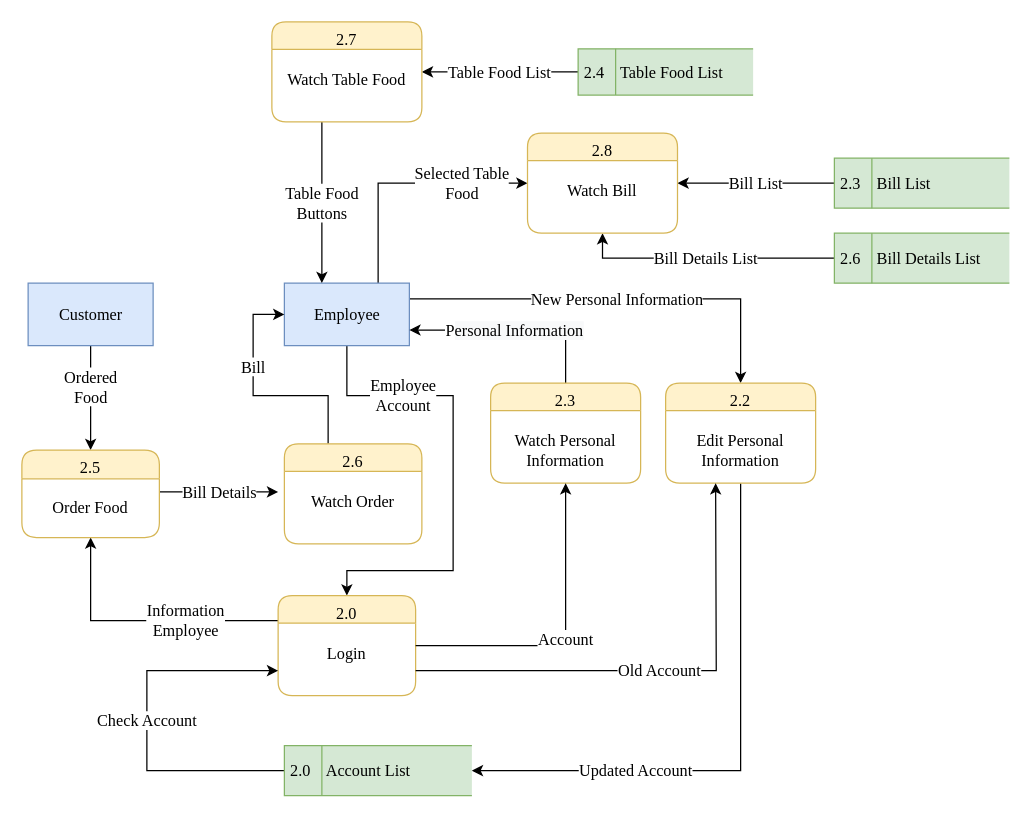
The draw.io diagram page "Level 2 - Employee" (7 of 9) of document/diagram/dfd.drawio in daomtthuan/do-an, before the edit. Source tidied: cells renumbered, new cells numbered last; positions are measured from the earlier drawing's top-left corner, leaving out a move shared by most shapes. Both pictures are drawn from the tidied source at 125%, with x=0, y=0 at pixel (21, 21).
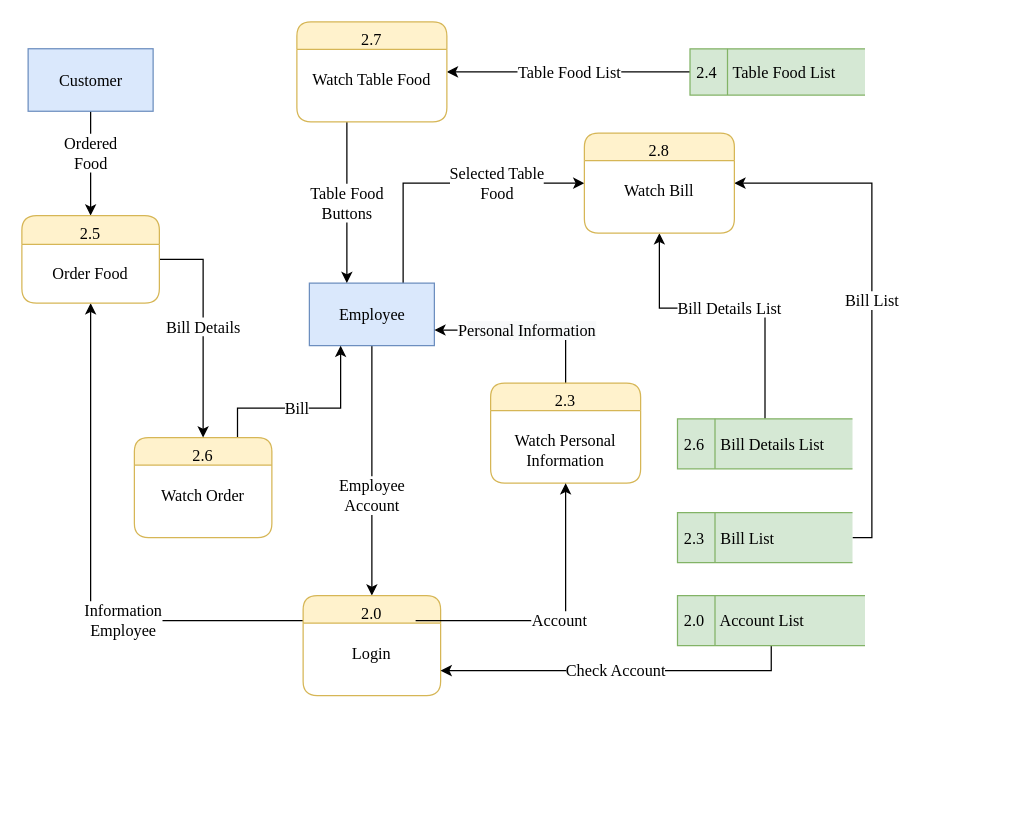
The same page after the edit.

The change refers to these unchanged cells:
```xml
<mxCell id="25" value="2.3&#10;&#10;Watch Personal&#10;Information" style="swimlane;fontStyle=0;horizontal=1;startSize=22;fillColor=#fff2cc;swimlaneFillColor=#ffffff;rounded=1;strokeWidth=1;verticalAlign=top;arcSize=17;labelPosition=center;verticalLabelPosition=middle;align=center;fontFamily=Times New Roman;strokeColor=#d6b656;fontSize=13;" parent="1" vertex="1">
  <mxGeometry x="375" y="289" width="120" height="80" as="geometry" />
</mxCell>
```

The edit, as a diff of the source:
```diff
@@
     <mxCell id="3" value="2.4&amp;nbsp; &amp;nbsp; Table Food List" style="html=1;dashed=0;whitespace=wrap;shape=mxgraph.dfd.dataStoreID;align=left;spacingLeft=3;points=[[0,0],[0.5,0],[1,0],[0,0.5],[1,0.5],[0,1],[0.5,1],[1,1]];fillColor=#d5e8d4;strokeColor=#82b366;fontFamily=Times New Roman;fontSize=13;" parent="1" vertex="1">
-      <mxGeometry x="445" y="21.5" width="140" height="37" as="geometry" />
+      <mxGeometry x="534.5" y="21.5" width="140" height="37" as="geometry" />
     </mxCell>
     <mxCell id="4" value="Employee&lt;br style=&quot;font-size: 13px;&quot;&gt;Account" style="edgeStyle=orthogonalEdgeStyle;rounded=0;jettySize=auto;html=1;entryX=0.5;entryY=0;entryDx=0;entryDy=0;exitX=0.5;exitY=1;exitDx=0;exitDy=0;fontFamily=Times New Roman;fontSize=13;" parent="1" edge="1" source="9" target="11">
-      <mxGeometry x="-0.54" relative="1" as="geometry">
+      <mxGeometry x="0.2" relative="1" as="geometry">
         <Array as="points">
-          <mxPoint x="260" y="299" />
-          <mxPoint x="345" y="299" />
-          <mxPoint x="345" y="439" />
-          <mxPoint x="260" y="439" />
+          <mxPoint x="280" y="339" />
+          <mxPoint x="280" y="339" />
         </Array>
       </mxGeometry>
     </mxCell>
     <mxCell id="5" value="Ordered&lt;br style=&quot;font-size: 13px;&quot;&gt;Food" style="edgeStyle=orthogonalEdgeStyle;rounded=0;jettySize=auto;html=1;exitX=0.5;exitY=1;exitDx=0;exitDy=0;entryX=0.5;entryY=0;entryDx=0;entryDy=0;fontFamily=Times New Roman;fontSize=13;" parent="1" edge="1" source="6" target="15">
       <mxGeometry x="-0.2" relative="1" as="geometry">
         <Array as="points">
-          <mxPoint x="55" y="279" />
-          <mxPoint x="55" y="279" />
+          <mxPoint x="55" y="91.5" />
+          <mxPoint x="55" y="91.5" />
         </Array>
       </mxGeometry>
     </mxCell>
     <mxCell id="6" value="&lt;span style=&quot;font-size: 13px;&quot;&gt;&lt;span style=&quot;font-size: 13px;&quot;&gt;Customer&lt;/span&gt;&lt;/span&gt;" style="html=1;dashed=0;whitespace=wrap;strokeWidth=1;fillColor=#dae8fc;strokeColor=#6c8ebf;fontFamily=Times New Roman;fontSize=13;" parent="1" vertex="1">
-      <mxGeometry x="5" y="209" width="100" height="50" as="geometry" />
+      <mxGeometry x="5" y="21.5" width="100" height="50" as="geometry" />
     </mxCell>
-    <mxCell id="7" value="&lt;span style=&quot;font-size: 13px;&quot;&gt;New Personal Information&lt;/span&gt;" style="edgeStyle=orthogonalEdgeStyle;rounded=0;jettySize=auto;html=1;exitX=1;exitY=0.25;exitDx=0;exitDy=0;fontFamily=Times New Roman;fontSize=13;" parent="1" edge="1" source="9" target="23">
-      <mxGeometry relative="1" as="geometry" />
-    </mxCell>
     <mxCell id="8" value="Selected Table&lt;br style=&quot;font-size: 13px;&quot;&gt;Food" style="edgeStyle=orthogonalEdgeStyle;rounded=0;jettySize=auto;html=1;exitX=0.75;exitY=0;exitDx=0;exitDy=0;entryX=0;entryY=0.5;entryDx=0;entryDy=0;fontFamily=Times New Roman;fontSize=13;" parent="1" edge="1" source="9" target="30">
-      <mxGeometry x="0.47" relative="1" as="geometry" />
+      <mxGeometry x="0.38" relative="1" as="geometry" />
     </mxCell>
     <mxCell id="9" value="&lt;span style=&quot;font-size: 13px;&quot;&gt;&lt;span style=&quot;font-size: 13px;&quot;&gt;Employee&lt;/span&gt;&lt;/span&gt;" style="html=1;dashed=0;whitespace=wrap;strokeWidth=1;fillColor=#dae8fc;strokeColor=#6c8ebf;fontFamily=Times New Roman;fontSize=13;" parent="1" vertex="1">
-      <mxGeometry x="210" y="209" width="100" height="50" as="geometry" />
+      <mxGeometry x="230" y="209" width="100" height="50" as="geometry" />
     </mxCell>
@@
     <mxCell id="11" value="2.0&#10;&#10;Login" style="swimlane;fontStyle=0;horizontal=1;startSize=22;fillColor=#fff2cc;swimlaneFillColor=#ffffff;rounded=1;strokeWidth=1;verticalAlign=top;arcSize=17;labelPosition=center;verticalLabelPosition=middle;align=center;fontFamily=Times New Roman;strokeColor=#d6b656;fontSize=13;" parent="1" vertex="1">
-      <mxGeometry x="205" y="459" width="110" height="80" as="geometry" />
+      <mxGeometry x="225" y="459" width="110" height="80" as="geometry" />
     </mxCell>
-    <mxCell id="12" value="Bill" style="edgeStyle=orthogonalEdgeStyle;rounded=0;jettySize=auto;html=1;entryX=0;entryY=0.5;entryDx=0;entryDy=0;fontFamily=Times New Roman;fontSize=13;" parent="1" edge="1" source="13" target="9">
-      <mxGeometry x="0.29" relative="1" as="geometry">
+    <mxCell id="12" value="Bill" style="edgeStyle=orthogonalEdgeStyle;rounded=0;jettySize=auto;html=1;entryX=0.25;entryY=1;entryDx=0;entryDy=0;fontFamily=Times New Roman;fontSize=13;exitX=0.75;exitY=0;exitDx=0;exitDy=0;" parent="1" edge="1" source="13" target="9">
+      <mxGeometry x="-0.09" relative="1" as="geometry">
         <Array as="points">
-          <mxPoint x="245" y="299" />
-          <mxPoint x="185" y="299" />
-          <mxPoint x="185" y="234" />
+          <mxPoint x="173" y="309" />
+          <mxPoint x="255" y="309" />
         </Array>
       </mxGeometry>
     </mxCell>
     <mxCell id="13" value="2.6&#10;&#10;Watch Order" style="swimlane;fontStyle=0;horizontal=1;startSize=22;fillColor=#fff2cc;swimlaneFillColor=#ffffff;rounded=1;strokeWidth=1;verticalAlign=top;arcSize=17;labelPosition=center;verticalLabelPosition=middle;align=center;fontFamily=Times New Roman;strokeColor=#d6b656;fontSize=13;" parent="1" vertex="1">
-      <mxGeometry x="210" y="337.5" width="110" height="80" as="geometry" />
+      <mxGeometry x="90" y="332.5" width="110" height="80" as="geometry" />
     </mxCell>
-    <mxCell id="14" value="Bill Details" style="edgeStyle=orthogonalEdgeStyle;rounded=0;orthogonalLoop=1;jettySize=auto;html=1;fontFamily=Times New Roman;fontSize=13;" parent="1" edge="1">
-      <mxGeometry relative="1" as="geometry">
-        <mxPoint x="110" y="376" as="sourcePoint" />
-        <mxPoint x="205" y="376" as="targetPoint" />
-      </mxGeometry>
+    <mxCell id="14" value="Bill Details" style="edgeStyle=orthogonalEdgeStyle;rounded=0;jettySize=auto;html=1;fontFamily=Times New Roman;fontSize=13;exitX=1;exitY=0.5;exitDx=0;exitDy=0;entryX=0.5;entryY=0;entryDx=0;entryDy=0;" parent="1" edge="1" source="15" target="13">
+      <mxGeometry relative="1" as="geometry" />
     </mxCell>
     <mxCell id="15" value="2.5&#10;&#10;Order Food" style="swimlane;fontStyle=0;horizontal=1;startSize=23;fillColor=#fff2cc;swimlaneFillColor=#ffffff;rounded=1;strokeWidth=1;verticalAlign=top;arcSize=17;labelPosition=center;verticalLabelPosition=middle;align=center;fontFamily=Times New Roman;strokeColor=#d6b656;fontSize=13;" parent="1" vertex="1">
-      <mxGeometry y="342.5" width="110" height="70" as="geometry" />
+      <mxGeometry y="155" width="110" height="70" as="geometry" />
     </mxCell>
-    <mxCell id="16" value="Check Account" style="edgeStyle=orthogonalEdgeStyle;rounded=0;jettySize=auto;html=1;entryX=0;entryY=0.75;entryDx=0;entryDy=0;fontFamily=Times New Roman;fontSize=13;" parent="1" edge="1" source="17" target="11">
+    <mxCell id="16" value="Check Account" style="edgeStyle=orthogonalEdgeStyle;rounded=0;jettySize=auto;html=1;fontFamily=Times New Roman;fontSize=13;entryX=1;entryY=0.75;entryDx=0;entryDy=0;exitX=0.5;exitY=1;exitDx=0;exitDy=0;" parent="1" edge="1" source="17" target="11">
       <mxGeometry x="0.02" relative="1" as="geometry">
         <Array as="points">
-          <mxPoint x="100" y="519" />
+          <mxPoint x="600" y="519" />
         </Array>
       </mxGeometry>
     </mxCell>
     <mxCell id="17" value="2.0&amp;nbsp; &amp;nbsp; Account List" style="html=1;dashed=0;whitespace=wrap;shape=mxgraph.dfd.dataStoreID;align=left;spacingLeft=3;points=[[0,0],[0.5,0],[1,0],[0,0.5],[1,0.5],[0,1],[0.5,1],[1,1]];fillColor=#d5e8d4;strokeColor=#82b366;fontFamily=Times New Roman;fontSize=13;" parent="1" vertex="1">
-      <mxGeometry x="210" y="579" width="150" height="40" as="geometry" />
+      <mxGeometry x="524.5" y="459" width="150" height="40" as="geometry" />
     </mxCell>
     <mxCell id="18" value="Bill List" style="edgeStyle=orthogonalEdgeStyle;rounded=0;jettySize=auto;html=1;entryX=1;entryY=0.5;entryDx=0;entryDy=0;fontFamily=Times New Roman;fontSize=13;" parent="1" edge="1" source="19" target="30">
-      <mxGeometry relative="1" as="geometry" />
+      <mxGeometry relative="1" as="geometry">
+        <Array as="points">
+          <mxPoint x="680" y="413" />
+          <mxPoint x="680" y="129" />
+        </Array>
+      </mxGeometry>
     </mxCell>
     <mxCell id="19" value="2.3&amp;nbsp; &amp;nbsp; Bill List" style="html=1;dashed=0;whitespace=wrap;shape=mxgraph.dfd.dataStoreID;align=left;spacingLeft=3;points=[[0,0],[0.5,0],[1,0],[0,0.5],[1,0.5],[0,1],[0.5,1],[1,1]];fillColor=#d5e8d4;strokeColor=#82b366;fontFamily=Times New Roman;fontSize=13;" parent="1" vertex="1">
-      <mxGeometry x="650" y="109" width="140" height="40" as="geometry" />
+      <mxGeometry x="524.5" y="392.5" width="140" height="40" as="geometry" />
     </mxCell>
     <mxCell id="20" value="Bill Details List" style="edgeStyle=orthogonalEdgeStyle;rounded=0;jettySize=auto;html=1;entryX=0.5;entryY=1;entryDx=0;entryDy=0;fontFamily=Times New Roman;fontSize=13;" parent="1" edge="1" source="21" target="30">
-      <mxGeometry relative="1" as="geometry" />
+      <mxGeometry relative="1" as="geometry">
+        <Array as="points">
+          <mxPoint x="594" y="229" />
+          <mxPoint x="510" y="229" />
+        </Array>
+      </mxGeometry>
     </mxCell>
     <mxCell id="21" value="2.6&amp;nbsp; &amp;nbsp; Bill Details List" style="html=1;dashed=0;whitespace=wrap;shape=mxgraph.dfd.dataStoreID;align=left;spacingLeft=3;points=[[0,0],[0.5,0],[1,0],[0,0.5],[1,0.5],[0,1],[0.5,1],[1,1]];fillColor=#d5e8d4;strokeColor=#82b366;fontFamily=Times New Roman;fontSize=13;" parent="1" vertex="1">
-      <mxGeometry x="650" y="169" width="140" height="40" as="geometry" />
+      <mxGeometry x="524.5" y="317.5" width="140" height="40" as="geometry" />
     </mxCell>
-    <mxCell id="22" value="&lt;span style=&quot;font-size: 13px;&quot;&gt;Updated Account&lt;/span&gt;" style="edgeStyle=orthogonalEdgeStyle;rounded=0;jettySize=auto;html=1;entryX=1;entryY=0.5;entryDx=0;entryDy=0;exitX=0.5;exitY=1;exitDx=0;exitDy=0;fontFamily=Times New Roman;fontSize=13;" parent="1" edge="1" source="23" target="17">
-      <mxGeometry x="0.41" relative="1" as="geometry">
-        <Array as="points">
-          <mxPoint x="575" y="599" />
-        </Array>
-      </mxGeometry>
-    </mxCell>
-    <mxCell id="23" value="2.2&#10;&#10;Edit Personal&#10;Information" style="swimlane;fontStyle=0;horizontal=1;startSize=22;fillColor=#fff2cc;swimlaneFillColor=#ffffff;rounded=1;strokeWidth=1;verticalAlign=top;arcSize=17;labelPosition=center;verticalLabelPosition=middle;align=center;fontFamily=Times New Roman;strokeColor=#d6b656;fontSize=13;" parent="1" vertex="1">
-      <mxGeometry x="515" y="289" width="120" height="80" as="geometry" />
-    </mxCell>
@@
-    <mxCell id="26" value="Account" style="edgeStyle=orthogonalEdgeStyle;rounded=0;jettySize=auto;html=1;exitX=1;exitY=0.5;exitDx=0;exitDy=0;fontFamily=Times New Roman;fontSize=13;entryX=0.5;entryY=1;entryDx=0;entryDy=0;" parent="1" edge="1" source="11" target="25">
-      <mxGeometry relative="1" as="geometry" />
+    <mxCell id="26" value="Account" style="edgeStyle=orthogonalEdgeStyle;rounded=0;jettySize=auto;html=1;fontFamily=Times New Roman;fontSize=13;entryX=0.5;entryY=1;entryDx=0;entryDy=0;" parent="1" edge="1" target="25">
+      <mxGeometry relative="1" as="geometry">
+        <mxPoint x="315" y="479" as="sourcePoint" />
+        <Array as="points">
+          <mxPoint x="315" y="479" />
+          <mxPoint x="435" y="479" />
+        </Array>
+      </mxGeometry>
     </mxCell>
-    <mxCell id="27" value="Old Account" style="edgeStyle=orthogonalEdgeStyle;rounded=0;jettySize=auto;html=1;exitX=1;exitY=0.75;exitDx=0;exitDy=0;fontFamily=Times New Roman;fontSize=13;" parent="1" edge="1" source="11">
-      <mxGeometry relative="1" as="geometry">
-        <mxPoint x="555" y="369" as="targetPoint" />
-      </mxGeometry>
-    </mxCell>
     <mxCell id="28" value="Table Food&lt;br style=&quot;font-size: 13px;&quot;&gt;Buttons" style="edgeStyle=orthogonalEdgeStyle;rounded=0;jettySize=auto;html=1;fontFamily=Times New Roman;fontSize=13;" parent="1" edge="1" source="29">
       <mxGeometry relative="1" as="geometry">
-        <mxPoint x="240" y="209" as="targetPoint" />
+        <mxPoint x="260" y="209" as="targetPoint" />
         <Array as="points">
-          <mxPoint x="240" y="109" />
-          <mxPoint x="240" y="109" />
+          <mxPoint x="260" y="109" />
+          <mxPoint x="260" y="109" />
         </Array>
       </mxGeometry>
     </mxCell>
     <mxCell id="29" value="2.7&#10;&#10;Watch Table Food" style="swimlane;fontStyle=0;horizontal=1;startSize=22;fillColor=#fff2cc;swimlaneFillColor=#ffffff;rounded=1;strokeWidth=1;verticalAlign=top;arcSize=17;labelPosition=center;verticalLabelPosition=middle;align=center;fontFamily=Times New Roman;strokeColor=#d6b656;fontSize=13;" parent="1" vertex="1">
-      <mxGeometry x="200" width="120" height="80" as="geometry" />
+      <mxGeometry x="220" width="120" height="80" as="geometry" />
     </mxCell>
     <mxCell id="30" value="2.8&#10;&#10;Watch Bill" style="swimlane;fontStyle=0;horizontal=1;startSize=22;fillColor=#fff2cc;swimlaneFillColor=#ffffff;rounded=1;strokeWidth=1;verticalAlign=top;arcSize=17;labelPosition=center;verticalLabelPosition=middle;align=center;fontFamily=Times New Roman;strokeColor=#d6b656;fontSize=13;" parent="1" vertex="1">
-      <mxGeometry x="404.5" y="89" width="120" height="80" as="geometry" />
+      <mxGeometry x="450" y="89" width="120" height="80" as="geometry" />
     </mxCell>
```
